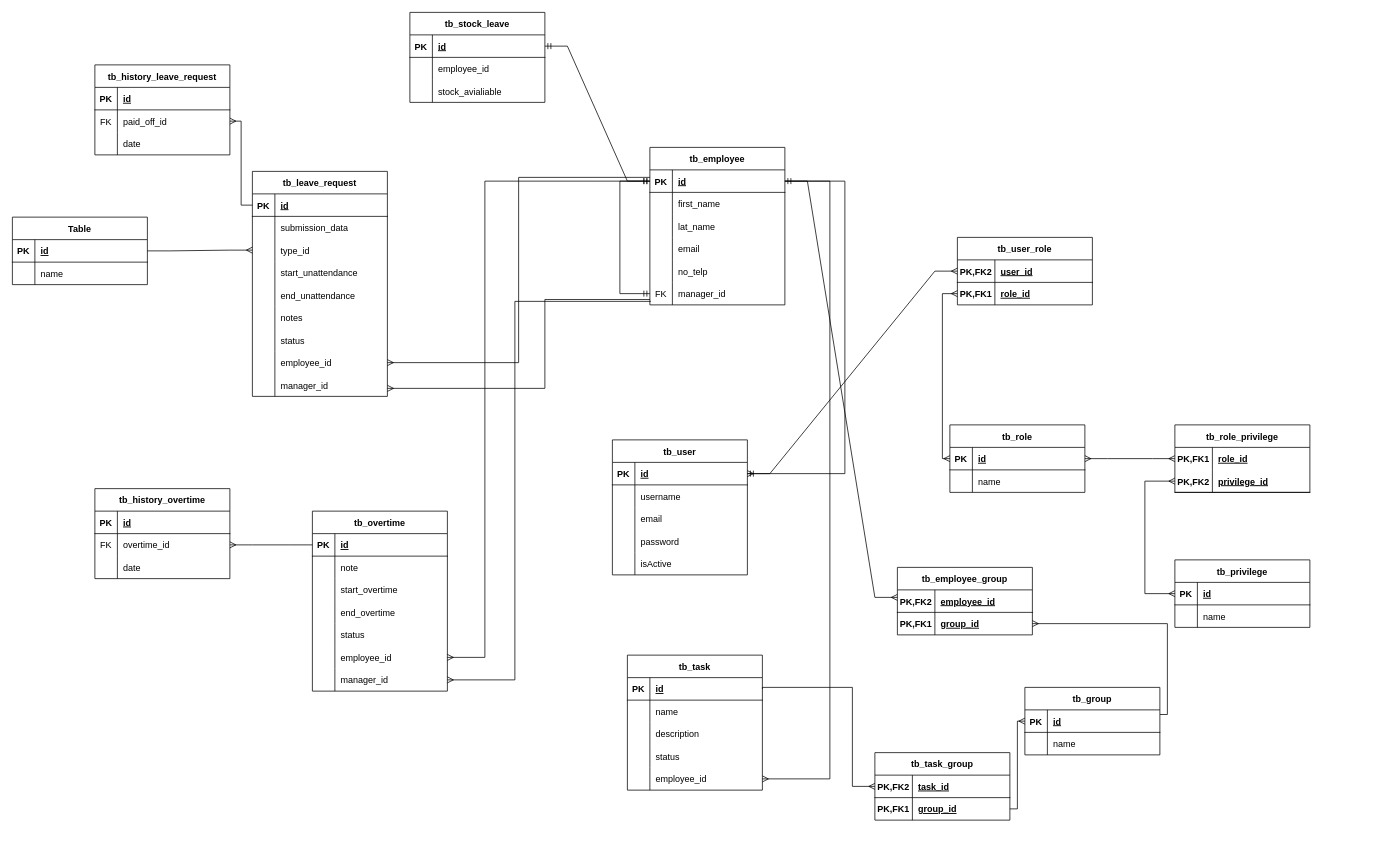
zarmintaa/Skripsi keeps this draw.io diagram as Final.drawio. Above is the earlier version. Source tidied: cells renumbered, new cells numbered last; positions are measured from the earlier drawing's top-left corner, leaving out a move shared by most shapes. Both pictures are drawn from the tidied source at 75%, with x=0, y=0 at pixel (12, 12).
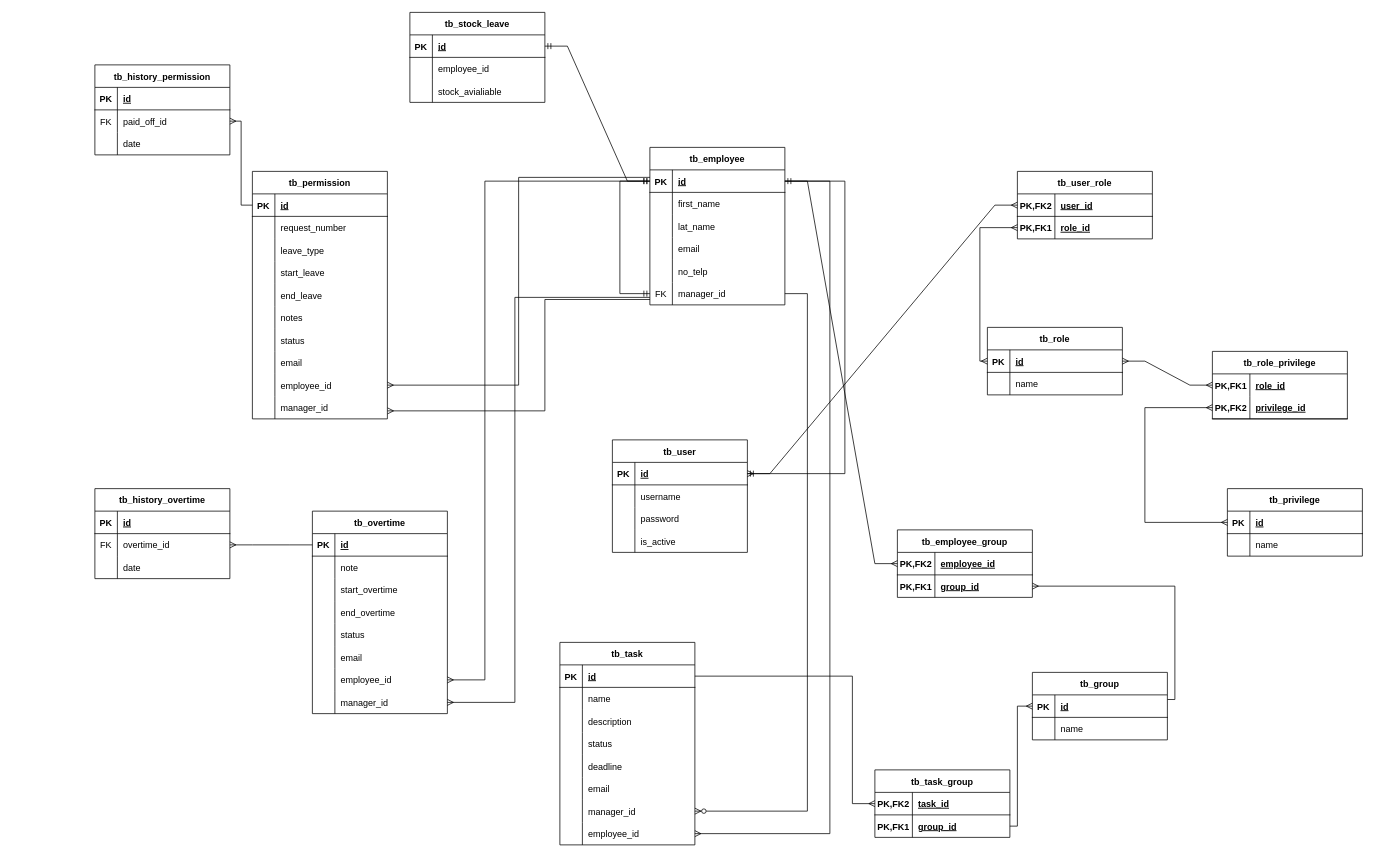
The same diagram, later.

Unchanged cells that the change refers to:
```xml
<mxCell id="33" style="shape=tableRow;horizontal=0;startSize=0;swimlaneHead=0;swimlaneBody=0;fillColor=none;points=[[0,0.5],[1,0.5]];portConstraint=eastwest;top=0;left=0;right=0;bottom=1;" parent="32" vertex="1">
  <mxGeometry y="30" width="180" height="30" as="geometry" />
</mxCell>
<mxCell id="48" style="shape=tableRow;horizontal=0;startSize=0;swimlaneHead=0;swimlaneBody=0;fillColor=none;points=[[0,0.5],[1,0.5]];portConstraint=eastwest;top=0;left=0;right=0;bottom=0;" parent="32" vertex="1">
  <mxGeometry y="180" width="180" height="30" as="geometry" />
</mxCell>
<mxCell id="63" style="shape=tableRow;horizontal=0;startSize=0;swimlaneHead=0;swimlaneBody=0;fillColor=none;top=0;left=0;right=0;bottom=0;" parent="59" vertex="1">
  <mxGeometry y="60" width="180" height="30" as="geometry" />
</mxCell>
<mxCell id="66" style="shape=tableRow;horizontal=0;startSize=0;swimlaneHead=0;swimlaneBody=0;fillColor=none;points=[[0,0.5],[1,0.5]];portConstraint=eastwest;top=0;left=0;right=0;bottom=0;" parent="59" vertex="1">
  <mxGeometry y="90" width="180" height="30" as="geometry" />
</mxCell>
<mxCell id="69" style="shape=tableRow;horizontal=0;startSize=0;swimlaneHead=0;swimlaneBody=0;fillColor=none;top=0;left=0;right=0;bottom=0;" parent="59" vertex="1">
  <mxGeometry y="120" width="180" height="30" as="geometry" />
</mxCell>
<mxCell id="72" style="shape=tableRow;horizontal=0;startSize=0;swimlaneHead=0;swimlaneBody=0;fillColor=none;top=0;left=0;right=0;bottom=0;" parent="59" vertex="1">
  <mxGeometry y="150" width="180" height="30" as="geometry" />
</mxCell>
<mxCell id="120" style="shape=tableRow;horizontal=0;startSize=0;swimlaneHead=0;swimlaneBody=0;fillColor=none;points=[[0,0.5],[1,0.5]];portConstraint=eastwest;top=0;left=0;right=0;bottom=1;" parent="119" vertex="1">
  <mxGeometry y="30" width="180" height="30" as="geometry" />
</mxCell>
<mxCell id="143" style="shape=tableRow;horizontal=0;startSize=0;swimlaneHead=0;swimlaneBody=0;fillColor=none;points=[[0,0.5],[1,0.5]];portConstraint=eastwest;top=0;left=0;right=0;bottom=1;" parent="142" vertex="1">
  <mxGeometry y="30" width="180" height="30" as="geometry" />
</mxCell>
<mxCell id="150" style="shape=tableRow;horizontal=0;startSize=0;swimlaneHead=0;swimlaneBody=0;fillColor=none;points=[[0,0.5],[1,0.5]];portConstraint=eastwest;top=0;left=0;right=0;bottom=1;" parent="149" vertex="1">
  <mxGeometry y="30" width="180" height="30" as="geometry" />
</mxCell>
```

What changed in the source:
```diff
@@
     <mxCell id="2" value="tb_user" style="shape=table;startSize=30;childLayout=tableLayout;rowLines=0;fontStyle=1;align=center;" parent="1" vertex="1">
-      <mxGeometry x="800" y="570" width="180" height="180" as="geometry" />
+      <mxGeometry x="800" y="570" width="180" height="150" as="geometry" />
     </mxCell>
@@
-    <mxCell id="9" style="shape=tableRow;horizontal=0;startSize=0;swimlaneHead=0;swimlaneBody=0;fillColor=none;top=0;left=0;right=0;bottom=0;" parent="2" vertex="1">
-      <mxGeometry y="90" width="180" height="30" as="geometry" />
-    </mxCell>
-    <mxCell id="10" style="shape=partialRectangle;fillColor=none;top=0;left=0;bottom=0;right=0;overflow=hidden;" parent="9" vertex="1">
-      <mxGeometry width="30" height="30" as="geometry" />
-    </mxCell>
-    <mxCell id="11" value="email" style="shape=partialRectangle;fillColor=none;top=0;left=0;bottom=0;right=0;align=left;spacingLeft=6;overflow=hidden;" parent="9" vertex="1">
-      <mxGeometry x="30" width="150" height="30" as="geometry" />
-    </mxCell>
     <mxCell id="12" style="shape=tableRow;horizontal=0;startSize=0;swimlaneHead=0;swimlaneBody=0;fillColor=none;top=0;left=0;right=0;bottom=0;" parent="2" vertex="1">
-      <mxGeometry y="120" width="180" height="30" as="geometry" />
+      <mxGeometry y="90" width="180" height="30" as="geometry" />
     </mxCell>
@@
     <mxCell id="15" style="shape=tableRow;horizontal=0;startSize=0;swimlaneHead=0;swimlaneBody=0;fillColor=none;top=0;left=0;right=0;bottom=0;" parent="2" vertex="1">
-      <mxGeometry y="150" width="180" height="30" as="geometry" />
+      <mxGeometry y="120" width="180" height="30" as="geometry" />
     </mxCell>
@@
-    <mxCell id="17" value="isActive" style="shape=partialRectangle;fillColor=none;top=0;left=0;bottom=0;right=0;align=left;spacingLeft=6;overflow=hidden;" parent="15" vertex="1">
+    <mxCell id="17" value="is_active" style="shape=partialRectangle;fillColor=none;top=0;left=0;bottom=0;right=0;align=left;spacingLeft=6;overflow=hidden;" parent="15" vertex="1">
       <mxGeometry x="30" width="150" height="30" as="geometry" />
     </mxCell>
     <mxCell id="18" value="tb_role" style="shape=table;startSize=30;childLayout=tableLayout;rowLines=0;fontStyle=1;align=center;" parent="1" vertex="1">
-      <mxGeometry x="1250" y="550" width="180" height="90" as="geometry" />
+      <mxGeometry x="1300" y="420" width="180" height="90" as="geometry" />
     </mxCell>
@@
     <mxCell id="25" value="tb_privilege" style="shape=table;startSize=30;childLayout=tableLayout;rowLines=0;fontStyle=1;align=center;" parent="1" vertex="1">
-      <mxGeometry x="1550" y="730" width="180" height="90" as="geometry" />
+      <mxGeometry x="1620" y="635" width="180" height="90" as="geometry" />
     </mxCell>
@@
     <mxCell id="52" value="tb_role_privilege" style="shape=table;startSize=30;childLayout=tableLayout;rowLines=0;fontStyle=1;align=center;" parent="1" vertex="1">
-      <mxGeometry x="1550" y="550" width="180" height="90" as="geometry" />
+      <mxGeometry x="1600" y="452" width="180" height="90" as="geometry" />
     </mxCell>
@@
-    <mxCell id="59" value="tb_leave_request" style="shape=table;startSize=30;childLayout=tableLayout;rowLines=0;fontStyle=1;align=center;" parent="1" vertex="1">
-      <mxGeometry x="320" y="212" width="180" height="300" as="geometry" />
+    <mxCell id="59" value="tb_permission" style="shape=table;startSize=30;childLayout=tableLayout;rowLines=0;fontStyle=1;align=center;" parent="1" vertex="1">
+      <mxGeometry x="320" y="212" width="180" height="330" as="geometry" />
     </mxCell>
@@
-    <mxCell id="65" value="submission_data" style="shape=partialRectangle;fillColor=none;top=0;left=0;bottom=0;right=0;align=left;spacingLeft=6;overflow=hidden;" parent="63" vertex="1">
+    <mxCell id="65" value="request_number" style="shape=partialRectangle;fillColor=none;top=0;left=0;bottom=0;right=0;align=left;spacingLeft=6;overflow=hidden;" parent="63" vertex="1">
       <mxGeometry x="30" width="150" height="30" as="geometry" />
     </mxCell>
@@
-    <mxCell id="68" value="type_id" style="shape=partialRectangle;fillColor=none;top=0;left=0;bottom=0;right=0;align=left;spacingLeft=6;overflow=hidden;" parent="66" vertex="1">
+    <mxCell id="68" value="leave_type" style="shape=partialRectangle;fillColor=none;top=0;left=0;bottom=0;right=0;align=left;spacingLeft=6;overflow=hidden;" parent="66" vertex="1">
       <mxGeometry x="30" width="150" height="30" as="geometry" />
     </mxCell>
@@
-    <mxCell id="71" value="start_unattendance" style="shape=partialRectangle;fillColor=none;top=0;left=0;bottom=0;right=0;align=left;spacingLeft=6;overflow=hidden;" parent="69" vertex="1">
+    <mxCell id="71" value="start_leave" style="shape=partialRectangle;fillColor=none;top=0;left=0;bottom=0;right=0;align=left;spacingLeft=6;overflow=hidden;" parent="69" vertex="1">
       <mxGeometry x="30" width="150" height="30" as="geometry" />
     </mxCell>
@@
-    <mxCell id="74" value="end_unattendance" style="shape=partialRectangle;fillColor=none;top=0;left=0;bottom=0;right=0;align=left;spacingLeft=6;overflow=hidden;" parent="72" vertex="1">
+    <mxCell id="74" value="end_leave" style="shape=partialRectangle;fillColor=none;top=0;left=0;bottom=0;right=0;align=left;spacingLeft=6;overflow=hidden;" parent="72" vertex="1">
       <mxGeometry x="30" width="150" height="30" as="geometry" />
     </mxCell>
@@
+    <mxCell id="208" style="shape=tableRow;horizontal=0;startSize=0;swimlaneHead=0;swimlaneBody=0;fillColor=none;top=0;left=0;right=0;bottom=0;" parent="59" vertex="1">
+      <mxGeometry y="240" width="180" height="30" as="geometry" />
+    </mxCell>
+    <mxCell id="209" style="shape=partialRectangle;fillColor=none;top=0;left=0;bottom=0;right=0;overflow=hidden;" parent="208" vertex="1">
+      <mxGeometry width="30" height="30" as="geometry" />
+    </mxCell>
+    <mxCell id="210" value="email" style="shape=partialRectangle;fillColor=none;top=0;left=0;bottom=0;right=0;align=left;spacingLeft=6;overflow=hidden;" parent="208" vertex="1">
+      <mxGeometry x="30" width="150" height="30" as="geometry" />
+    </mxCell>
     <mxCell id="81" style="shape=tableRow;horizontal=0;startSize=0;swimlaneHead=0;swimlaneBody=0;fillColor=none;points=[[0,0.5],[1,0.5]];portConstraint=eastwest;top=0;left=0;right=0;bottom=0;" parent="59" vertex="1">
-      <mxGeometry y="240" width="180" height="30" as="geometry" />
+      <mxGeometry y="270" width="180" height="30" as="geometry" />
     </mxCell>
@@
     <mxCell id="84" style="shape=tableRow;horizontal=0;startSize=0;swimlaneHead=0;swimlaneBody=0;fillColor=none;points=[[0,0.5],[1,0.5]];portConstraint=eastwest;top=0;left=0;right=0;bottom=0;" parent="59" vertex="1">
-      <mxGeometry y="270" width="180" height="30" as="geometry" />
+      <mxGeometry y="300" width="180" height="30" as="geometry" />
     </mxCell>
@@
-    <mxCell id="88" value="tb_history_leave_request" style="shape=table;startSize=30;childLayout=tableLayout;rowLines=0;fontStyle=1;align=center;" parent="1" vertex="1">
+    <mxCell id="88" value="tb_history_permission" style="shape=table;startSize=30;childLayout=tableLayout;rowLines=0;fontStyle=1;align=center;" parent="1" vertex="1">
       <mxGeometry x="110" y="70" width="180" height="120" as="geometry" />
     </mxCell>
@@
     <mxCell id="108" value="tb_user_role" style="shape=table;startSize=30;childLayout=tableLayout;rowLines=0;fontStyle=1;align=center;" parent="1" vertex="1">
-      <mxGeometry x="1260" y="300" width="180" height="90" as="geometry" />
+      <mxGeometry x="1340" y="212" width="180" height="90" as="geometry" />
     </mxCell>
@@
     <mxCell id="119" value="tb_task" style="shape=table;startSize=30;childLayout=tableLayout;rowLines=0;fontStyle=1;align=center;" parent="1" vertex="1">
-      <mxGeometry x="820" y="857" width="180" height="180" as="geometry" />
+      <mxGeometry x="730" y="840" width="180" height="270" as="geometry" />
     </mxCell>
@@
+    <mxCell id="211" style="shape=tableRow;horizontal=0;startSize=0;swimlaneHead=0;swimlaneBody=0;fillColor=none;top=0;left=0;right=0;bottom=0;" parent="119" vertex="1">
+      <mxGeometry y="150" width="180" height="30" as="geometry" />
+    </mxCell>
+    <mxCell id="212" style="shape=partialRectangle;fillColor=none;top=0;left=0;bottom=0;right=0;overflow=hidden;" parent="211" vertex="1">
+      <mxGeometry width="30" height="30" as="geometry" />
+    </mxCell>
+    <mxCell id="213" value="deadline" style="shape=partialRectangle;fillColor=none;top=0;left=0;bottom=0;right=0;align=left;spacingLeft=6;overflow=hidden;" parent="211" vertex="1">
+      <mxGeometry x="30" width="150" height="30" as="geometry" />
+    </mxCell>
+    <mxCell id="214" style="shape=tableRow;horizontal=0;startSize=0;swimlaneHead=0;swimlaneBody=0;fillColor=none;top=0;left=0;right=0;bottom=0;" parent="119" vertex="1">
+      <mxGeometry y="180" width="180" height="30" as="geometry" />
+    </mxCell>
+    <mxCell id="215" style="shape=partialRectangle;fillColor=none;top=0;left=0;bottom=0;right=0;overflow=hidden;" parent="214" vertex="1">
+      <mxGeometry width="30" height="30" as="geometry" />
+    </mxCell>
+    <mxCell id="216" value="email" style="shape=partialRectangle;fillColor=none;top=0;left=0;bottom=0;right=0;align=left;spacingLeft=6;overflow=hidden;" parent="214" vertex="1">
+      <mxGeometry x="30" width="150" height="30" as="geometry" />
+    </mxCell>
+    <mxCell id="217" style="shape=tableRow;horizontal=0;startSize=0;swimlaneHead=0;swimlaneBody=0;fillColor=none;points=[[0,0.5],[1,0.5]];portConstraint=eastwest;top=0;left=0;right=0;bottom=0;" parent="119" vertex="1">
+      <mxGeometry y="210" width="180" height="30" as="geometry" />
+    </mxCell>
+    <mxCell id="218" style="shape=partialRectangle;fillColor=none;top=0;left=0;bottom=0;right=0;overflow=hidden;" parent="217" vertex="1">
+      <mxGeometry width="30" height="30" as="geometry" />
+    </mxCell>
+    <mxCell id="219" value="manager_id" style="shape=partialRectangle;fillColor=none;top=0;left=0;bottom=0;right=0;align=left;spacingLeft=6;overflow=hidden;" parent="217" vertex="1">
+      <mxGeometry x="30" width="150" height="30" as="geometry" />
+    </mxCell>
     <mxCell id="132" style="shape=tableRow;horizontal=0;startSize=0;swimlaneHead=0;swimlaneBody=0;fillColor=none;points=[[0,0.5],[1,0.5]];portConstraint=eastwest;top=0;left=0;right=0;bottom=0;" parent="119" vertex="1">
-      <mxGeometry y="150" width="180" height="30" as="geometry" />
+      <mxGeometry y="240" width="180" height="30" as="geometry" />
     </mxCell>
@@
     <mxCell id="135" value="tb_group" style="shape=table;startSize=30;childLayout=tableLayout;rowLines=0;fontStyle=1;align=center;" parent="1" vertex="1">
-      <mxGeometry x="1350" y="900" width="180" height="90" as="geometry" />
+      <mxGeometry x="1360" y="880" width="180" height="90" as="geometry" />
     </mxCell>
@@
     <mxCell id="142" value="tb_task_group" style="shape=table;startSize=30;childLayout=tableLayout;rowLines=0;fontStyle=1;align=center;" parent="1" vertex="1">
-      <mxGeometry x="1150" y="987" width="180" height="90" as="geometry" />
+      <mxGeometry x="1150" y="1010" width="180" height="90" as="geometry" />
     </mxCell>
@@
     <mxCell id="149" value="tb_employee_group" style="shape=table;startSize=30;childLayout=tableLayout;rowLines=0;fontStyle=1;align=center;" parent="1" vertex="1">
-      <mxGeometry x="1180" y="740" width="180" height="90" as="geometry" />
+      <mxGeometry x="1180" y="690" width="180" height="90" as="geometry" />
     </mxCell>
@@
-    <mxCell id="157" style="edgeStyle=entityRelationEdgeStyle;fontSize=12;html=1;endArrow=ERmany;rounded=0;entryX=0;entryY=0.5;entryDx=0;entryDy=0;exitX=1;exitY=0.5;exitDx=0;exitDy=0;" parent="1" edge="1" source="33">
-      <mxGeometry relative="1" as="geometry">
-        <mxPoint x="1180" y="780" as="targetPoint" />
-      </mxGeometry>
+    <mxCell id="157" style="edgeStyle=entityRelationEdgeStyle;fontSize=12;html=1;endArrow=ERmany;rounded=0;entryX=0;entryY=0.5;entryDx=0;entryDy=0;exitX=1;exitY=0.5;exitDx=0;exitDy=0;" parent="1" edge="1" source="33" target="150">
+      <mxGeometry relative="1" as="geometry" />
     </mxCell>
     <mxCell id="158" style="edgeStyle=orthogonalEdgeStyle;fontSize=12;html=1;endArrow=ERmany;rounded=0;exitX=1;exitY=0.5;exitDx=0;exitDy=0;entryX=0;entryY=0.5;entryDx=0;entryDy=0;" parent="1" edge="1" source="120" target="143">
       <mxGeometry relative="1" as="geometry">
         <Array as="points">
-          <mxPoint x="1000" y="900" />
-          <mxPoint x="1120" y="900" />
-          <mxPoint x="1120" y="1032" />
+          <mxPoint x="1120" y="885" />
+          <mxPoint x="1120" y="1055" />
         </Array>
       </mxGeometry>
     </mxCell>
@@
     <mxCell id="164" value="tb_overtime" style="shape=table;startSize=30;childLayout=tableLayout;rowLines=0;fontStyle=1;align=center;" parent="1" vertex="1">
-      <mxGeometry x="400" y="665" width="180" height="240" as="geometry" />
+      <mxGeometry x="400" y="665" width="180" height="270" as="geometry" />
     </mxCell>
@@
+    <mxCell id="220" style="shape=tableRow;horizontal=0;startSize=0;swimlaneHead=0;swimlaneBody=0;fillColor=none;top=0;left=0;right=0;bottom=0;" parent="164" vertex="1">
+      <mxGeometry y="180" width="180" height="30" as="geometry" />
+    </mxCell>
+    <mxCell id="221" style="shape=partialRectangle;fillColor=none;top=0;left=0;bottom=0;right=0;overflow=hidden;" parent="220" vertex="1">
+      <mxGeometry width="30" height="30" as="geometry" />
+    </mxCell>
+    <mxCell id="222" value="email" style="shape=partialRectangle;fillColor=none;top=0;left=0;bottom=0;right=0;align=left;spacingLeft=6;overflow=hidden;" parent="220" vertex="1">
+      <mxGeometry x="30" width="150" height="30" as="geometry" />
+    </mxCell>
     <mxCell id="180" style="shape=tableRow;horizontal=0;startSize=0;swimlaneHead=0;swimlaneBody=0;fillColor=none;points=[[0,0.5],[1,0.5]];portConstraint=eastwest;top=0;left=0;right=0;bottom=0;" parent="164" vertex="1">
-      <mxGeometry y="180" width="180" height="30" as="geometry" />
+      <mxGeometry y="210" width="180" height="30" as="geometry" />
     </mxCell>
@@
     <mxCell id="183" style="shape=tableRow;horizontal=0;startSize=0;swimlaneHead=0;swimlaneBody=0;fillColor=none;points=[[0,0.5],[1,0.5]];portConstraint=eastwest;top=0;left=0;right=0;bottom=0;" parent="164" vertex="1">
-      <mxGeometry y="210" width="180" height="30" as="geometry" />
+      <mxGeometry y="240" width="180" height="30" as="geometry" />
     </mxCell>
@@
-    <mxCell id="187" style="edgeStyle=elbowEdgeStyle;fontSize=12;html=1;endArrow=ERmany;rounded=0;entryX=1;entryY=0.5;entryDx=0;entryDy=0;exitX=0.007;exitY=0.844;exitDx=0;exitDy=0;exitPerimeter=0;" parent="1" edge="1" source="48" target="183">
+    <mxCell id="187" style="edgeStyle=elbowEdgeStyle;fontSize=12;html=1;endArrow=ERmany;rounded=0;entryX=1;entryY=0.5;entryDx=0;entryDy=0;" parent="1" edge="1" target="183">
       <mxGeometry relative="1" as="geometry">
+        <mxPoint x="850" y="380" as="sourcePoint" />
         <Array as="points">
           <mxPoint x="670" y="640" />
         </Array>
       </mxGeometry>
     </mxCell>
@@
-    <mxCell id="200" value="Table" style="shape=table;startSize=30;childLayout=tableLayout;rowLines=0;fontStyle=1;align=center;" parent="1" vertex="1">
-      <mxGeometry y="273" width="180" height="90" as="geometry" />
-    </mxCell>
-    <mxCell id="201" style="shape=tableRow;horizontal=0;startSize=0;swimlaneHead=0;swimlaneBody=0;fillColor=none;points=[[0,0.5],[1,0.5]];portConstraint=eastwest;top=0;left=0;right=0;bottom=1;" parent="200" vertex="1">
-      <mxGeometry y="30" width="180" height="30" as="geometry" />
-    </mxCell>
-    <mxCell id="202" value="PK" style="shape=partialRectangle;fillColor=none;top=0;left=0;bottom=0;right=0;fontStyle=1;overflow=hidden;" parent="201" vertex="1">
-      <mxGeometry width="30" height="30" as="geometry" />
-    </mxCell>
-    <mxCell id="203" value="id" style="shape=partialRectangle;fillColor=none;top=0;left=0;bottom=0;right=0;align=left;spacingLeft=6;fontStyle=5;overflow=hidden;" parent="201" vertex="1">
-      <mxGeometry x="30" width="150" height="30" as="geometry" />
-    </mxCell>
-    <mxCell id="204" style="shape=tableRow;horizontal=0;startSize=0;swimlaneHead=0;swimlaneBody=0;fillColor=none;top=0;left=0;right=0;bottom=0;" parent="200" vertex="1">
-      <mxGeometry y="60" width="180" height="30" as="geometry" />
-    </mxCell>
-    <mxCell id="205" style="shape=partialRectangle;fillColor=none;top=0;left=0;bottom=0;right=0;overflow=hidden;" parent="204" vertex="1">
-      <mxGeometry width="30" height="30" as="geometry" />
-    </mxCell>
-    <mxCell id="206" value="name" style="shape=partialRectangle;fillColor=none;top=0;left=0;bottom=0;right=0;align=left;spacingLeft=6;overflow=hidden;" parent="204" vertex="1">
-      <mxGeometry x="30" width="150" height="30" as="geometry" />
-    </mxCell>
-    <mxCell id="207" style="edgeStyle=entityRelationEdgeStyle;fontSize=12;html=1;endArrow=ERmany;rounded=0;exitX=1;exitY=0.5;exitDx=0;exitDy=0;entryX=0;entryY=0.5;entryDx=0;entryDy=0;" parent="1" edge="1" source="201" target="66">
-      <mxGeometry relative="1" as="geometry" />
-    </mxCell>
+    <mxCell id="223" style="edgeStyle=entityRelationEdgeStyle;fontSize=12;html=1;endArrow=ERzeroToMany;endFill=1;rounded=0;entryX=1;entryY=0.5;entryDx=0;entryDy=0;" parent="1" edge="1" source="48" target="217">
+      <mxGeometry relative="1" as="geometry" />
+    </mxCell>
```
